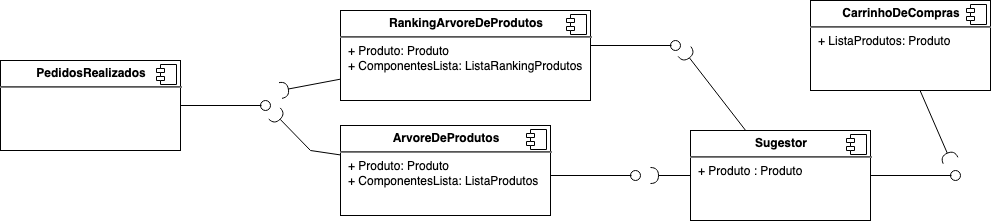
mvpiaia/inf331 keeps this draw.io diagram as lab01/images/component_recomendation.png. Above is the earlier version. Source tidied: cells renumbered, new cells last; positions are measured from the earlier drawing's top-left corner, leaving out a move shared by most shapes. The source it was exported from:
```xml
<mxGraphModel background="#ffffff">
  <root>
    <mxCell id="0" />
    <mxCell id="1" parent="0" />
    <mxCell id="2" value="&lt;p style=&quot;margin: 0px ; margin-top: 6px ; text-align: center&quot;&gt;&lt;b&gt;CarrinhoDeCompras&lt;br&gt;&lt;/b&gt;&lt;/p&gt;&lt;hr&gt;&lt;p style=&quot;margin: 0px ; margin-left: 8px&quot;&gt;+ ListaProdutos: Produto&lt;/p&gt;" style="align=left;overflow=fill;html=1;" parent="1" vertex="1">
      <mxGeometry x="810" width="180" height="90" as="geometry" />
    </mxCell>
    <mxCell id="3" style="shape=component;jettyWidth=8;jettyHeight=4;" parent="2" vertex="1">
      <mxGeometry x="1" width="20" height="20" relative="1" as="geometry">
        <mxPoint x="-24" y="4" as="offset" />
      </mxGeometry>
    </mxCell>
    <mxCell id="4" value="&lt;p style=&quot;margin: 0px ; margin-top: 6px ; text-align: center&quot;&gt;&lt;b&gt;PedidosRealizados&lt;/b&gt;&lt;/p&gt;&lt;hr&gt;" style="align=left;overflow=fill;html=1;" parent="1" vertex="1">
      <mxGeometry y="60" width="180" height="90" as="geometry" />
    </mxCell>
    <mxCell id="5" style="shape=component;jettyWidth=8;jettyHeight=4;" parent="4" vertex="1">
      <mxGeometry x="1" width="20" height="20" relative="1" as="geometry">
        <mxPoint x="-24" y="4" as="offset" />
      </mxGeometry>
    </mxCell>
    <mxCell id="6" value="&lt;p style=&quot;margin: 0px ; margin-top: 6px ; text-align: center&quot;&gt;&lt;b&gt;ArvoreDeProdutos&lt;/b&gt;&lt;br&gt;&lt;/p&gt;&lt;hr&gt;&lt;p style=&quot;margin: 0px ; margin-left: 8px&quot;&gt;+ Produto: Produto&lt;br&gt;+ ComponentesLista: ListaProdutos&lt;/p&gt;" style="align=left;overflow=fill;html=1;" parent="1" vertex="1">
      <mxGeometry x="340" y="125" width="210" height="90" as="geometry" />
    </mxCell>
    <mxCell id="7" style="shape=component;jettyWidth=8;jettyHeight=4;" parent="6" vertex="1">
      <mxGeometry x="1" width="20" height="20" relative="1" as="geometry">
        <mxPoint x="-24" y="4" as="offset" />
      </mxGeometry>
    </mxCell>
    <mxCell id="8" value="&lt;p style=&quot;margin: 0px ; margin-top: 6px ; text-align: center&quot;&gt;&lt;b&gt;RankingArvoreDeProdutos&lt;/b&gt;&lt;br&gt;&lt;/p&gt;&lt;hr&gt;&lt;p style=&quot;margin: 0px ; margin-left: 8px&quot;&gt;+ Produto: Produto&lt;br&gt;+ ComponentesLista: ListaRankingProdutos&lt;/p&gt;" style="align=left;overflow=fill;html=1;" parent="1" vertex="1">
      <mxGeometry x="340" y="10" width="250" height="90" as="geometry" />
    </mxCell>
    <mxCell id="9" style="shape=component;jettyWidth=8;jettyHeight=4;" parent="8" vertex="1">
      <mxGeometry x="1" width="20" height="20" relative="1" as="geometry">
        <mxPoint x="-24" y="4" as="offset" />
      </mxGeometry>
    </mxCell>
    <mxCell id="10" style="rounded=0;jettySize=auto;html=1;endArrow=halfCircle;endFill=0;endSize=6;strokeWidth=1;" parent="1" edge="1" source="8">
      <mxGeometry relative="1" as="geometry">
        <mxPoint x="280" y="90" as="targetPoint" />
      </mxGeometry>
    </mxCell>
    <mxCell id="11" style="rounded=0;jettySize=auto;html=1;endArrow=halfCircle;endFill=0;endSize=6;strokeWidth=1;entryX=1.4;entryY=1.3;entryDx=0;entryDy=0;entryPerimeter=0;" parent="1" edge="1" source="6" target="12">
      <mxGeometry relative="1" as="geometry">
        <Array as="points">
          <mxPoint x="310" y="150" />
        </Array>
      </mxGeometry>
    </mxCell>
    <mxCell id="12" style="ellipse;whiteSpace=wrap;html=1;fontFamily=Helvetica;fontSize=12;fontColor=#000000;align=center;strokeColor=#000000;fillColor=#ffffff;points=[];" parent="1" vertex="1">
      <mxGeometry x="260" y="100" width="10" height="10" as="geometry" />
    </mxCell>
    <mxCell id="13" style="rounded=0;jettySize=auto;html=1;endArrow=none;endFill=0;" parent="1" edge="1" source="4">
      <mxGeometry relative="1" as="geometry">
        <mxPoint x="261" y="105" as="targetPoint" />
      </mxGeometry>
    </mxCell>
    <mxCell id="14" style="ellipse;whiteSpace=wrap;html=1;fontFamily=Helvetica;fontSize=12;fontColor=#000000;align=center;strokeColor=#000000;fillColor=#ffffff;points=[];" parent="1" vertex="1">
      <mxGeometry x="670" y="40" width="10" height="10" as="geometry" />
    </mxCell>
    <mxCell id="15" style="rounded=0;orthogonalLoop=1;jettySize=auto;html=1;endArrow=none;endFill=0;" parent="1" edge="1">
      <mxGeometry relative="1" as="geometry">
        <mxPoint x="590" y="45" as="sourcePoint" />
        <mxPoint x="671" y="45" as="targetPoint" />
      </mxGeometry>
    </mxCell>
    <mxCell id="16" style="ellipse;whiteSpace=wrap;html=1;fontFamily=Helvetica;fontSize=12;fontColor=#000000;align=center;strokeColor=#000000;fillColor=#ffffff;points=[];" parent="1" vertex="1">
      <mxGeometry x="630" y="170" width="10" height="10" as="geometry" />
    </mxCell>
    <mxCell id="17" style="rounded=0;orthogonalLoop=1;jettySize=auto;html=1;endArrow=none;endFill=0;" parent="1" edge="1">
      <mxGeometry relative="1" as="geometry">
        <mxPoint x="550" y="175" as="sourcePoint" />
        <mxPoint x="631" y="175" as="targetPoint" />
      </mxGeometry>
    </mxCell>
    <mxCell id="18" value="&lt;p style=&quot;margin: 0px ; margin-top: 6px ; text-align: center&quot;&gt;&lt;b&gt;Sugestor&lt;/b&gt;&lt;/p&gt;&lt;hr&gt;&lt;p style=&quot;margin: 0px ; margin-left: 8px&quot;&gt;+ Produto : Produto&lt;/p&gt;" style="align=left;overflow=fill;html=1;" parent="1" vertex="1">
      <mxGeometry x="690" y="130" width="180" height="90" as="geometry" />
    </mxCell>
    <mxCell id="19" style="shape=component;jettyWidth=8;jettyHeight=4;" parent="18" vertex="1">
      <mxGeometry x="1" width="20" height="20" relative="1" as="geometry">
        <mxPoint x="-24" y="4" as="offset" />
      </mxGeometry>
    </mxCell>
    <mxCell id="20" style="rounded=0;jettySize=auto;html=1;endArrow=halfCircle;endFill=0;endSize=6;strokeWidth=1;" parent="1" edge="1" source="18">
      <mxGeometry relative="1" as="geometry">
        <mxPoint x="650" y="175" as="targetPoint" />
      </mxGeometry>
    </mxCell>
    <mxCell id="21" style="rounded=0;jettySize=auto;html=1;endArrow=halfCircle;endFill=0;endSize=6;strokeWidth=1;entryX=1.4;entryY=1.1;entryDx=0;entryDy=0;entryPerimeter=0;" parent="1" edge="1" source="18" target="14">
      <mxGeometry relative="1" as="geometry" />
    </mxCell>
    <mxCell id="22" style="ellipse;whiteSpace=wrap;html=1;fontFamily=Helvetica;fontSize=12;fontColor=#000000;align=center;strokeColor=#000000;fillColor=#ffffff;points=[];" parent="1" vertex="1">
      <mxGeometry x="950" y="170" width="10" height="10" as="geometry" />
    </mxCell>
    <mxCell id="23" style="rounded=0;orthogonalLoop=1;jettySize=auto;html=1;endArrow=none;endFill=0;" parent="1" edge="1">
      <mxGeometry relative="1" as="geometry">
        <mxPoint x="870" y="175" as="sourcePoint" />
        <mxPoint x="951" y="175" as="targetPoint" />
      </mxGeometry>
    </mxCell>
    <mxCell id="24" style="rounded=0;jettySize=auto;html=1;endArrow=halfCircle;endFill=0;endSize=6;strokeWidth=1;" parent="1" edge="1" source="2">
      <mxGeometry relative="1" as="geometry">
        <mxPoint x="950" y="160" as="targetPoint" />
      </mxGeometry>
    </mxCell>
  </root>
</mxGraphModel>
```
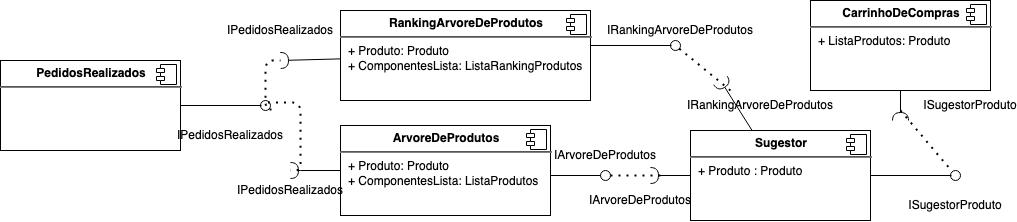
The same file after the commit.

Commit message:
Tarefa Diagrama de Pedido - inclusão do diagrama de componentes e interface para o controle de pedidos

Diff of the diagram source:
```diff
@@ -36,13 +36,14 @@
     </mxCell>
     <mxCell id="10" style="rounded=0;jettySize=auto;html=1;endArrow=halfCircle;endFill=0;endSize=6;strokeWidth=1;" parent="1" edge="1" source="8">
       <mxGeometry relative="1" as="geometry">
-        <mxPoint x="280" y="90" as="targetPoint" />
+        <mxPoint x="280" y="60" as="targetPoint" />
       </mxGeometry>
     </mxCell>
-    <mxCell id="11" style="rounded=0;jettySize=auto;html=1;endArrow=halfCircle;endFill=0;endSize=6;strokeWidth=1;entryX=1.4;entryY=1.3;entryDx=0;entryDy=0;entryPerimeter=0;" parent="1" edge="1" source="6" target="12">
+    <mxCell id="11" style="rounded=0;jettySize=auto;html=1;endArrow=halfCircle;endFill=0;endSize=6;strokeWidth=1;" parent="1" edge="1" source="6">
       <mxGeometry relative="1" as="geometry">
+        <mxPoint x="290" y="170" as="targetPoint" />
         <Array as="points">
-          <mxPoint x="310" y="150" />
+          <mxPoint x="300" y="170" />
         </Array>
       </mxGeometry>
     </mxCell>
@@ -64,12 +65,12 @@
       </mxGeometry>
     </mxCell>
     <mxCell id="16" style="ellipse;whiteSpace=wrap;html=1;fontFamily=Helvetica;fontSize=12;fontColor=#000000;align=center;strokeColor=#000000;fillColor=#ffffff;points=[];" parent="1" vertex="1">
-      <mxGeometry x="630" y="170" width="10" height="10" as="geometry" />
+      <mxGeometry x="600" y="170" width="10" height="10" as="geometry" />
     </mxCell>
     <mxCell id="17" style="rounded=0;orthogonalLoop=1;jettySize=auto;html=1;endArrow=none;endFill=0;" parent="1" edge="1">
       <mxGeometry relative="1" as="geometry">
         <mxPoint x="550" y="175" as="sourcePoint" />
-        <mxPoint x="631" y="175" as="targetPoint" />
+        <mxPoint x="600" y="175" as="targetPoint" />
       </mxGeometry>
     </mxCell>
     <mxCell id="18" value="&lt;p style=&quot;margin: 0px ; margin-top: 6px ; text-align: center&quot;&gt;&lt;b&gt;Sugestor&lt;/b&gt;&lt;/p&gt;&lt;hr&gt;&lt;p style=&quot;margin: 0px ; margin-left: 8px&quot;&gt;+ Produto : Produto&lt;/p&gt;" style="align=left;overflow=fill;html=1;" parent="1" vertex="1">
@@ -85,8 +86,10 @@
         <mxPoint x="650" y="175" as="targetPoint" />
       </mxGeometry>
     </mxCell>
-    <mxCell id="21" style="rounded=0;jettySize=auto;html=1;endArrow=halfCircle;endFill=0;endSize=6;strokeWidth=1;entryX=1.4;entryY=1.1;entryDx=0;entryDy=0;entryPerimeter=0;" parent="1" edge="1" source="18" target="14">
-      <mxGeometry relative="1" as="geometry" />
+    <mxCell id="21" style="rounded=0;jettySize=auto;html=1;endArrow=halfCircle;endFill=0;endSize=6;strokeWidth=1;" parent="1" edge="1" source="18">
+      <mxGeometry relative="1" as="geometry">
+        <mxPoint x="720" y="80" as="targetPoint" />
+      </mxGeometry>
     </mxCell>
     <mxCell id="22" style="ellipse;whiteSpace=wrap;html=1;fontFamily=Helvetica;fontSize=12;fontColor=#000000;align=center;strokeColor=#000000;fillColor=#ffffff;points=[];" parent="1" vertex="1">
       <mxGeometry x="950" y="170" width="10" height="10" as="geometry" />
@@ -99,8 +102,68 @@
     </mxCell>
     <mxCell id="24" style="rounded=0;jettySize=auto;html=1;endArrow=halfCircle;endFill=0;endSize=6;strokeWidth=1;" parent="1" edge="1" source="2">
       <mxGeometry relative="1" as="geometry">
-        <mxPoint x="950" y="160" as="targetPoint" />
+        <mxPoint x="900" y="120" as="targetPoint" />
       </mxGeometry>
     </mxCell>
+    <mxCell id="25" value="IPedidosRealizados" style="text;html=1;strokeColor=none;fillColor=none;align=center;verticalAlign=middle;whiteSpace=wrap;rounded=0;" parent="1" vertex="1">
+      <mxGeometry x="210" y="125" width="40" height="20" as="geometry" />
+    </mxCell>
+    <mxCell id="26" value="IArvoreDeProdutos" style="text;html=1;strokeColor=none;fillColor=none;align=center;verticalAlign=middle;whiteSpace=wrap;rounded=0;" parent="1" vertex="1">
+      <mxGeometry x="585" y="145" width="40" height="20" as="geometry" />
+    </mxCell>
+    <mxCell id="27" value="&lt;div&gt;IRankingArvoreDeProdutos&lt;/div&gt;" style="text;html=1;strokeColor=none;fillColor=none;align=center;verticalAlign=middle;whiteSpace=wrap;rounded=0;" parent="1" vertex="1">
+      <mxGeometry x="660" y="20" width="40" height="20" as="geometry" />
+    </mxCell>
+    <mxCell id="28" style="endArrow=none;dashed=1;html=1;dashPattern=1 3;strokeWidth=2;exitX=1.112;exitY=0.894;exitDx=0;exitDy=0;exitPerimeter=0;edgeStyle=orthogonalEdgeStyle;" parent="1" edge="1" source="12">
+      <mxGeometry relative="1" as="geometry">
+        <mxPoint x="280" y="60" as="targetPoint" />
+        <Array as="points">
+          <mxPoint x="265" y="109" />
+          <mxPoint x="265" y="60" />
+        </Array>
+      </mxGeometry>
+    </mxCell>
+    <mxCell id="29" style="endArrow=none;dashed=1;html=1;dashPattern=1 3;strokeWidth=2;exitX=0.759;exitY=0.188;exitDx=0;exitDy=0;exitPerimeter=0;edgeStyle=orthogonalEdgeStyle;" parent="1" edge="1" source="12">
+      <mxGeometry relative="1" as="geometry">
+        <mxPoint x="290" y="170" as="targetPoint" />
+        <Array as="points">
+          <mxPoint x="300" y="102" />
+          <mxPoint x="300" y="170" />
+        </Array>
+      </mxGeometry>
+    </mxCell>
+    <mxCell id="30" value="IPedidosRealizados" style="text;html=1;strokeColor=none;fillColor=none;align=center;verticalAlign=middle;whiteSpace=wrap;rounded=0;" parent="1" vertex="1">
+      <mxGeometry x="260" y="20" width="40" height="20" as="geometry" />
+    </mxCell>
+    <mxCell id="31" value="IPedidosRealizados" style="text;html=1;strokeColor=none;fillColor=none;align=center;verticalAlign=middle;whiteSpace=wrap;rounded=0;" parent="1" vertex="1">
+      <mxGeometry x="270" y="180" width="40" height="20" as="geometry" />
+    </mxCell>
+    <mxCell id="32" value="&lt;div&gt;IRankingArvoreDeProdutos&lt;/div&gt;" style="text;html=1;strokeColor=none;fillColor=none;align=center;verticalAlign=middle;whiteSpace=wrap;rounded=0;" parent="1" vertex="1">
+      <mxGeometry x="740" y="95" width="40" height="20" as="geometry" />
+    </mxCell>
+    <mxCell id="33" value="IArvoreDeProdutos" style="text;html=1;strokeColor=none;fillColor=none;align=center;verticalAlign=middle;whiteSpace=wrap;rounded=0;" parent="1" vertex="1">
+      <mxGeometry x="620" y="190" width="40" height="20" as="geometry" />
+    </mxCell>
+    <mxCell id="34" style="endArrow=none;dashed=1;html=1;dashPattern=1 3;strokeWidth=2;" parent="1" edge="1" target="16">
+      <mxGeometry relative="1" as="geometry">
+        <mxPoint x="660" y="175" as="sourcePoint" />
+      </mxGeometry>
+    </mxCell>
+    <mxCell id="35" style="endArrow=none;dashed=1;html=1;dashPattern=1 3;strokeWidth=2;" parent="1" edge="1" source="14">
+      <mxGeometry relative="1" as="geometry">
+        <mxPoint x="730" y="90" as="targetPoint" />
+      </mxGeometry>
+    </mxCell>
+    <mxCell id="36" value="ISugestorProduto" style="text;html=1;strokeColor=none;fillColor=none;align=center;verticalAlign=middle;whiteSpace=wrap;rounded=0;" parent="1" vertex="1">
+      <mxGeometry x="935" y="195" width="40" height="20" as="geometry" />
+    </mxCell>
+    <mxCell id="37" value="ISugestorProduto" style="text;html=1;strokeColor=none;fillColor=none;align=center;verticalAlign=middle;whiteSpace=wrap;rounded=0;" parent="1" vertex="1">
+      <mxGeometry x="950" y="95" width="40" height="20" as="geometry" />
+    </mxCell>
+    <mxCell id="38" style="endArrow=none;dashed=1;html=1;dashPattern=1 3;strokeWidth=2;" parent="1" edge="1" target="22">
+      <mxGeometry relative="1" as="geometry">
+        <mxPoint x="900" y="110" as="sourcePoint" />
+      </mxGeometry>
+    </mxCell>
   </root>
 </mxGraphModel>
```
